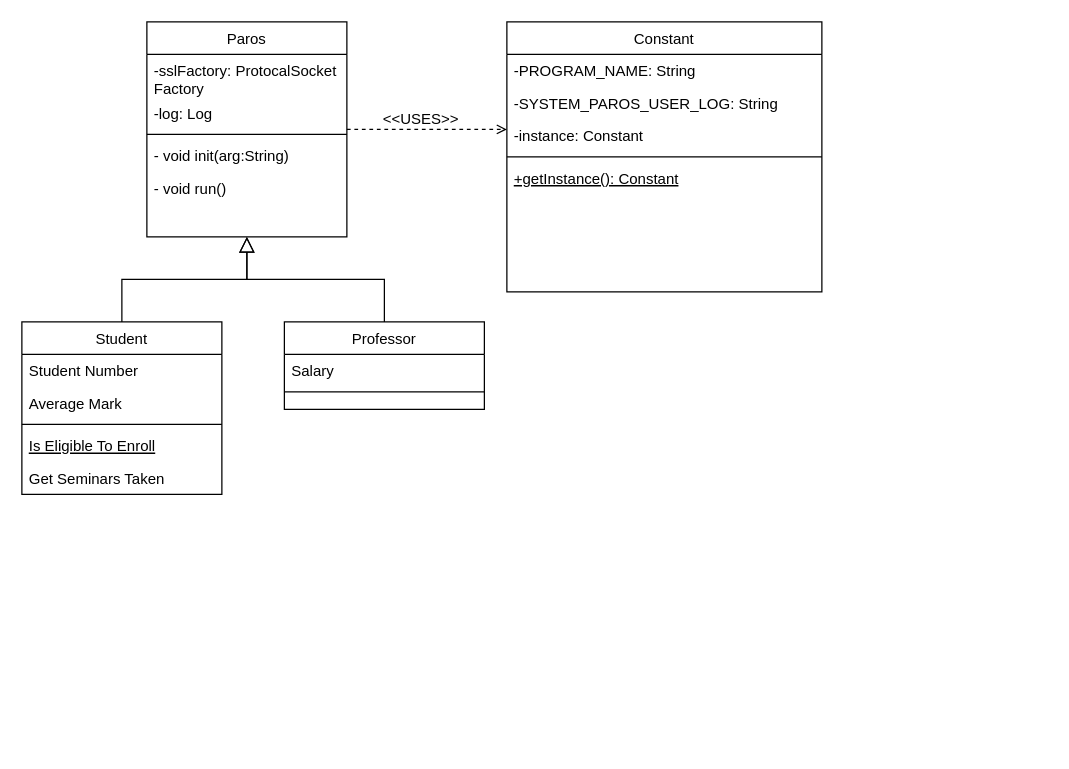
Earlier version of the draw.io diagram Lab05_class_diagram.drawio (astrrr/SAD2021sem1). Source tidied: cells renumbered, new cells numbered last; positions are measured from the earlier drawing's top-left corner, leaving out a move shared by most shapes. Both pictures are drawn from the tidied source at 125%, with x=0, y=0 at pixel (21, 21).
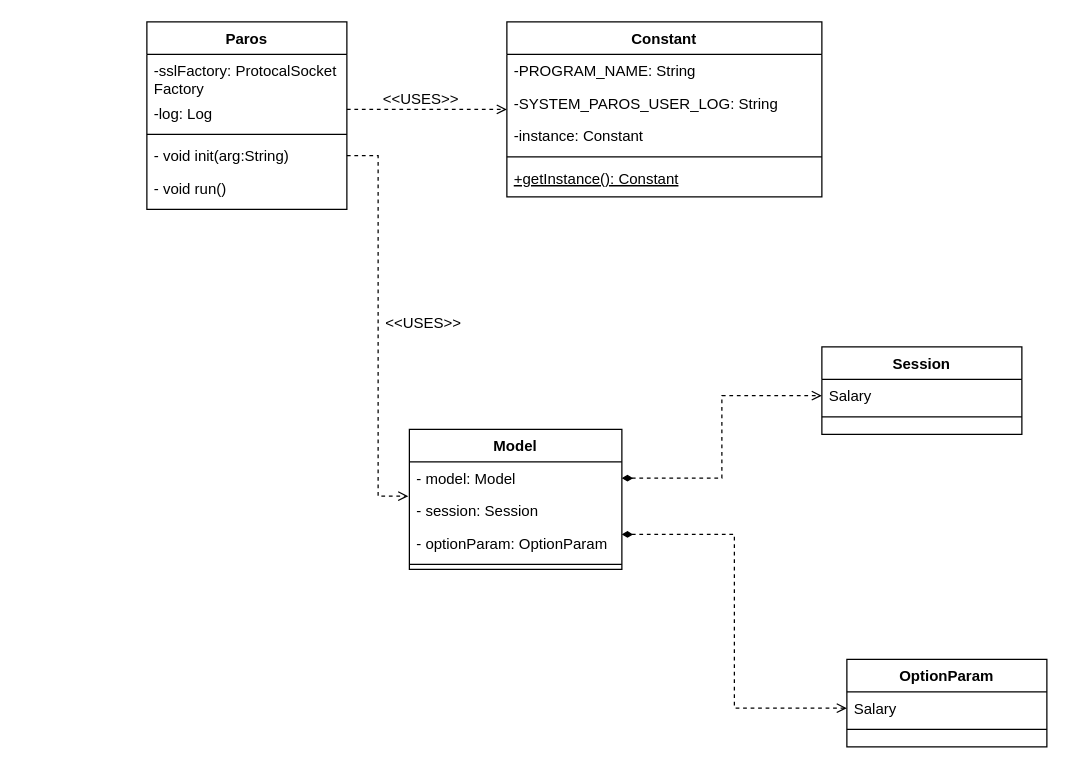
After the change.

Unchanged cells that the change refers to:
```xml
<mxCell id="6" value="- void init(arg:String)" style="text;align=left;verticalAlign=top;spacingLeft=4;spacingRight=4;overflow=hidden;points=[[0,0.5],[1,0.5]];portConstraint=eastwest;" parent="2" vertex="1">
  <mxGeometry y="94" width="160" height="26" as="geometry" />
</mxCell>
```

Change to the diagram source:
```diff
@@
-    <mxCell id="2" value="Paros" style="swimlane;fontStyle=0;align=center;verticalAlign=top;horizontal=1;startSize=26;rounded=0;shadow=0;strokeWidth=1;" parent="1" vertex="1">
-      <mxGeometry x="100" width="160" height="172" as="geometry" />
+    <mxCell id="2" value="Paros" style="swimlane;fontStyle=1;align=center;verticalAlign=top;horizontal=1;startSize=26;rounded=0;shadow=0;strokeWidth=1;" parent="1" vertex="1">
+      <mxGeometry x="100" width="160" height="150" as="geometry" />
     </mxCell>
@@
-    <mxCell id="8" value="Student" style="swimlane;fontStyle=0;align=center;verticalAlign=top;horizontal=1;startSize=26;rounded=0;shadow=0;strokeWidth=1;" parent="1" vertex="1">
-      <mxGeometry y="240" width="160" height="138" as="geometry" />
-    </mxCell>
-    <mxCell id="9" value="Student Number" style="text;align=left;verticalAlign=top;spacingLeft=4;spacingRight=4;overflow=hidden;" parent="8" vertex="1">
-      <mxGeometry y="26" width="160" height="26" as="geometry" />
-    </mxCell>
-    <mxCell id="10" value="Average Mark" style="text;align=left;verticalAlign=top;spacingLeft=4;spacingRight=4;overflow=hidden;rounded=0;shadow=0;html=0;" parent="8" vertex="1">
-      <mxGeometry y="52" width="160" height="26" as="geometry" />
-    </mxCell>
-    <mxCell id="11" style="line;html=1;strokeWidth=1;align=left;verticalAlign=middle;spacingTop=-1;spacingLeft=3;spacingRight=3;labelPosition=right;" parent="8" vertex="1">
-      <mxGeometry y="78" width="160" height="8" as="geometry" />
-    </mxCell>
-    <mxCell id="12" value="Is Eligible To Enroll" style="text;align=left;verticalAlign=top;spacingLeft=4;spacingRight=4;overflow=hidden;fontStyle=4;" parent="8" vertex="1">
-      <mxGeometry y="86" width="160" height="26" as="geometry" />
-    </mxCell>
-    <mxCell id="13" value="Get Seminars Taken" style="text;align=left;verticalAlign=top;spacingLeft=4;spacingRight=4;overflow=hidden;" parent="8" vertex="1">
-      <mxGeometry y="112" width="160" height="26" as="geometry" />
-    </mxCell>
-    <mxCell id="14" style="endArrow=block;endSize=10;endFill=0;shadow=0;strokeWidth=1;rounded=0;edgeStyle=elbowEdgeStyle;elbow=vertical;" parent="1" edge="1" source="8" target="2">
-      <mxGeometry relative="1" as="geometry" />
-    </mxCell>
+    <mxCell id="27" style="edgeStyle=orthogonalEdgeStyle;rounded=0;jettySize=auto;html=1;exitX=1;exitY=0.75;exitDx=0;exitDy=0;entryX=0;entryY=0.5;entryDx=0;entryDy=0;dashed=1;startArrow=diamondThin;startFill=1;endArrow=open;endFill=0;" parent="1" edge="1" source="15" target="37">
+      <mxGeometry relative="1" as="geometry" />
+    </mxCell>
-    <mxCell id="15" value="Professor" style="swimlane;fontStyle=0;align=center;verticalAlign=top;horizontal=1;startSize=26;rounded=0;shadow=0;strokeWidth=1;" parent="1" vertex="1">
-      <mxGeometry x="210" y="240" width="160" height="70" as="geometry" />
+    <mxCell id="15" value="Model" style="swimlane;fontStyle=1;align=center;verticalAlign=top;horizontal=1;startSize=26;rounded=0;shadow=0;strokeWidth=1;" parent="1" vertex="1">
+      <mxGeometry x="310" y="326" width="170" height="112" as="geometry" />
     </mxCell>
-    <mxCell id="16" value="Salary" style="text;align=left;verticalAlign=top;spacingLeft=4;spacingRight=4;overflow=hidden;points=[[0,0.5],[1,0.5]];portConstraint=eastwest;" parent="15" vertex="1">
-      <mxGeometry y="26" width="160" height="26" as="geometry" />
+    <mxCell id="16" value="- model: Model " style="text;align=left;verticalAlign=top;spacingLeft=4;spacingRight=4;overflow=hidden;points=[[0,0.5],[1,0.5]];portConstraint=eastwest;" parent="15" vertex="1">
+      <mxGeometry y="26" width="170" height="26" as="geometry" />
     </mxCell>
+    <mxCell id="28" value="- session: Session" style="text;align=left;verticalAlign=top;spacingLeft=4;spacingRight=4;overflow=hidden;" parent="15" vertex="1">
+      <mxGeometry y="52" width="170" height="26" as="geometry" />
+    </mxCell>
+    <mxCell id="29" value="- optionParam: OptionParam" style="text;align=left;verticalAlign=top;spacingLeft=4;spacingRight=4;overflow=hidden;" parent="15" vertex="1">
+      <mxGeometry y="78" width="170" height="26" as="geometry" />
+    </mxCell>
     <mxCell id="17" style="line;html=1;strokeWidth=1;align=left;verticalAlign=middle;spacingTop=-1;spacingLeft=3;spacingRight=3;labelPosition=right;" parent="15" vertex="1">
-      <mxGeometry y="52" width="160" height="8" as="geometry" />
+      <mxGeometry y="104" width="170" height="8" as="geometry" />
     </mxCell>
-    <mxCell id="18" style="endArrow=block;endSize=10;endFill=0;shadow=0;strokeWidth=1;rounded=0;edgeStyle=elbowEdgeStyle;elbow=vertical;" parent="1" edge="1" source="15" target="2">
-      <mxGeometry relative="1" as="geometry" />
-    </mxCell>
-    <mxCell id="19" value="Constant" style="swimlane;fontStyle=0;align=center;verticalAlign=top;horizontal=1;startSize=26;rounded=0;shadow=0;strokeWidth=1;" parent="1" vertex="1">
-      <mxGeometry x="388" width="252" height="216" as="geometry" />
+    <mxCell id="19" value="Constant" style="swimlane;fontStyle=1;align=center;verticalAlign=top;horizontal=1;startSize=26;rounded=0;shadow=0;strokeWidth=1;" parent="1" vertex="1">
+      <mxGeometry x="388" width="252" height="140" as="geometry" />
     </mxCell>
@@
+    <mxCell id="30" style="edgeStyle=orthogonalEdgeStyle;rounded=0;jettySize=auto;html=1;entryX=-0.005;entryY=1.055;entryDx=0;entryDy=0;entryPerimeter=0;dashed=1;endArrow=open;endFill=0;" parent="1" edge="1" source="6" target="16">
+      <mxGeometry relative="1" as="geometry" />
+    </mxCell>
+    <mxCell id="31" value="Session" style="swimlane;fontStyle=1;align=center;verticalAlign=top;horizontal=1;startSize=26;rounded=0;shadow=0;strokeWidth=1;" parent="1" vertex="1">
+      <mxGeometry x="640" y="260" width="160" height="70" as="geometry" />
+    </mxCell>
+    <mxCell id="32" value="Salary" style="text;align=left;verticalAlign=top;spacingLeft=4;spacingRight=4;overflow=hidden;points=[[0,0.5],[1,0.5]];portConstraint=eastwest;" parent="31" vertex="1">
+      <mxGeometry y="26" width="160" height="26" as="geometry" />
+    </mxCell>
+    <mxCell id="33" style="line;html=1;strokeWidth=1;align=left;verticalAlign=middle;spacingTop=-1;spacingLeft=3;spacingRight=3;labelPosition=right;" parent="31" vertex="1">
+      <mxGeometry y="52" width="160" height="8" as="geometry" />
+    </mxCell>
+    <mxCell id="34" value="&amp;lt;&amp;lt;USES&amp;gt;&amp;gt;" style="text;html=1;align=center;verticalAlign=middle;labelBackgroundColor=none;rounded=0;shadow=0;strokeWidth=1;fontSize=12;" parent="1" vertex="1">
+      <mxGeometry x="320" y="240" as="geometry" />
+    </mxCell>
+    <mxCell id="35" style="edgeStyle=orthogonalEdgeStyle;rounded=0;jettySize=auto;html=1;exitX=1;exitY=0.5;exitDx=0;exitDy=0;entryX=0;entryY=0.5;entryDx=0;entryDy=0;dashed=1;endArrow=open;endFill=0;startArrow=diamondThin;startFill=1;" parent="1" edge="1" source="16" target="32">
+      <mxGeometry relative="1" as="geometry" />
+    </mxCell>
+    <mxCell id="36" value="OptionParam" style="swimlane;fontStyle=1;align=center;verticalAlign=top;horizontal=1;startSize=26;rounded=0;shadow=0;strokeWidth=1;" parent="1" vertex="1">
+      <mxGeometry x="660" y="510" width="160" height="70" as="geometry" />
+    </mxCell>
+    <mxCell id="37" value="Salary" style="text;align=left;verticalAlign=top;spacingLeft=4;spacingRight=4;overflow=hidden;points=[[0,0.5],[1,0.5]];portConstraint=eastwest;" parent="36" vertex="1">
+      <mxGeometry y="26" width="160" height="26" as="geometry" />
+    </mxCell>
+    <mxCell id="38" style="line;html=1;strokeWidth=1;align=left;verticalAlign=middle;spacingTop=-1;spacingLeft=3;spacingRight=3;labelPosition=right;" parent="36" vertex="1">
+      <mxGeometry y="52" width="160" height="8" as="geometry" />
+    </mxCell>
```
